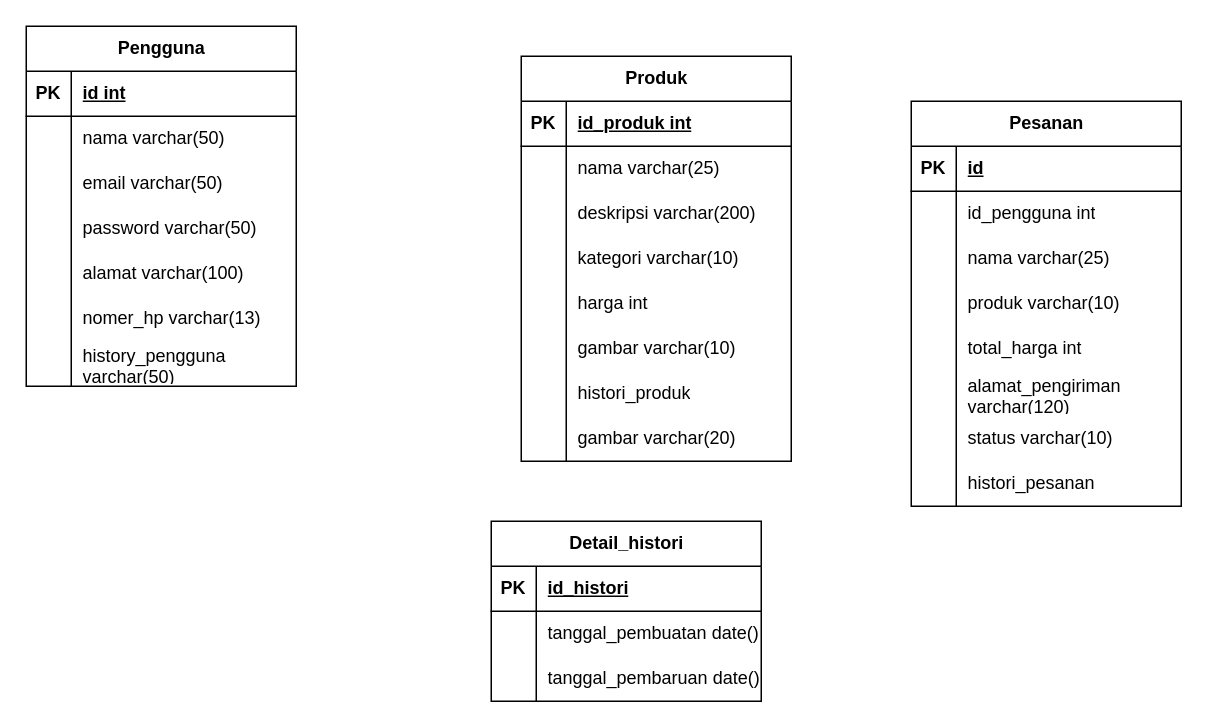
al-khoodhy/perancangan-db-toko-online keeps this draw.io diagram as Untitled Diagram.drawio. Above is the earlier version. Source tidied: cells renumbered, new cells numbered last; positions are measured from the earlier drawing's top-left corner, leaving out a move shared by most shapes. Both pictures are drawn from the tidied source at 150%, with x=0, y=0 at pixel (26, 26).
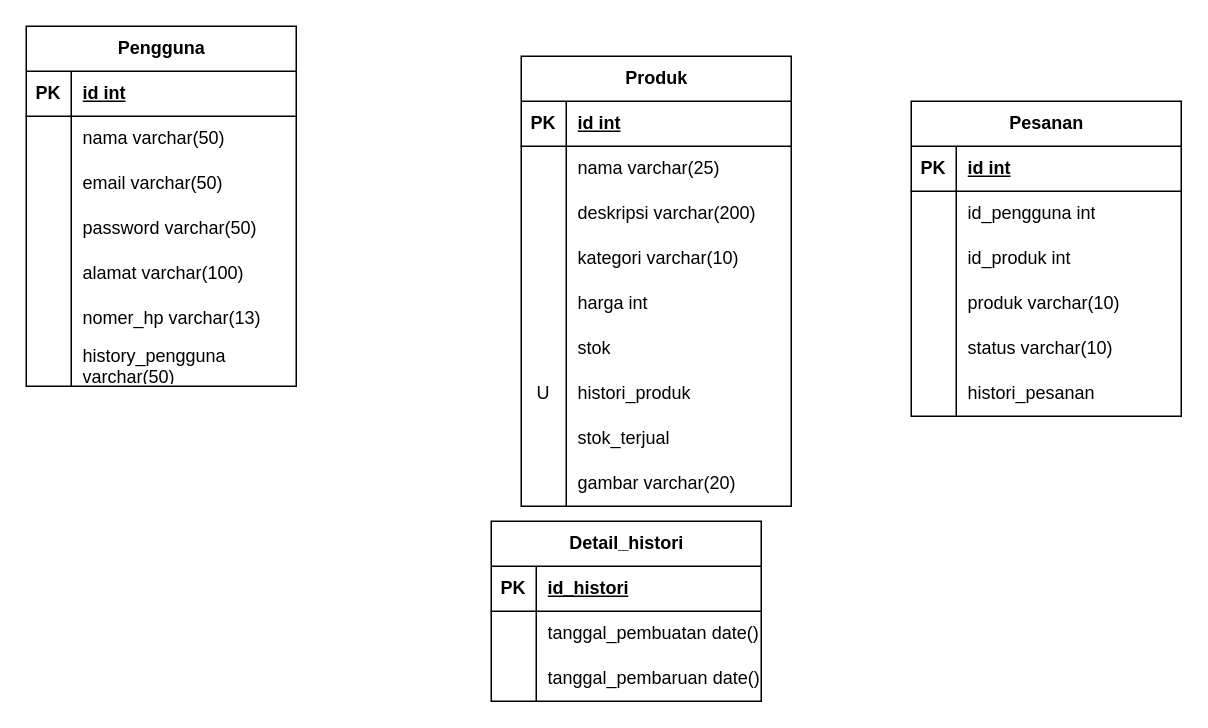
After the change.

The change refers to these unchanged cells:
```xml
<mxCell id="3" style="shape=tableRow;horizontal=0;startSize=0;swimlaneHead=0;swimlaneBody=0;fillColor=none;top=0;left=0;right=0;bottom=1;" parent="2" vertex="1">
  <mxGeometry y="30" width="180" height="30" as="geometry" />
</mxCell>
<mxCell id="18" style="shape=tableRow;horizontal=0;startSize=0;swimlaneHead=0;swimlaneBody=0;fillColor=none;top=0;left=0;right=0;bottom=0;" parent="2" vertex="1">
  <mxGeometry y="180" width="180" height="30" as="geometry" />
</mxCell>
<mxCell id="21" style="shape=tableRow;horizontal=0;startSize=0;swimlaneHead=0;swimlaneBody=0;fillColor=none;top=0;left=0;right=0;bottom=0;" parent="2" vertex="1">
  <mxGeometry y="210" width="180" height="30" as="geometry" />
</mxCell>
<mxCell id="24" style="shape=tableRow;horizontal=0;startSize=0;swimlaneHead=0;swimlaneBody=0;fillColor=none;top=0;left=0;right=0;bottom=0;" parent="2" vertex="1">
  <mxGeometry y="240" width="180" height="30" as="geometry" />
</mxCell>
<mxCell id="50" style="shape=tableRow;horizontal=0;startSize=0;swimlaneHead=0;swimlaneBody=0;fillColor=none;top=0;left=0;right=0;bottom=1;" parent="49" vertex="1">
  <mxGeometry y="30" width="180" height="30" as="geometry" />
</mxCell>
<mxCell id="56" style="shape=tableRow;horizontal=0;startSize=0;swimlaneHead=0;swimlaneBody=0;fillColor=none;top=0;left=0;right=0;bottom=0;" parent="49" vertex="1">
  <mxGeometry y="90" width="180" height="30" as="geometry" />
</mxCell>
```

What changed in the source:
```diff
@@
     <mxCell id="2" value="Produk" style="shape=table;startSize=30;childLayout=tableLayout;rowLines=0;fontStyle=1;align=center;html=1;" parent="1" vertex="1">
-      <mxGeometry x="330" y="20" width="180" height="270" as="geometry" />
+      <mxGeometry x="330" y="20" width="180" height="300" as="geometry" />
     </mxCell>
@@
-    <mxCell id="5" value="id_produk int" style="shape=partialRectangle;fillColor=none;top=0;left=0;bottom=0;right=0;align=left;spacingLeft=6;fontStyle=5;overflow=hidden;whiteSpace=wrap;html=1;" parent="3" vertex="1">
+    <mxCell id="5" value="id int" style="shape=partialRectangle;fillColor=none;top=0;left=0;bottom=0;right=0;align=left;spacingLeft=6;fontStyle=5;overflow=hidden;whiteSpace=wrap;html=1;" parent="3" vertex="1">
       <mxGeometry x="30" width="150" height="30" as="geometry" />
     </mxCell>
@@
-    <mxCell id="20" value="gambar varchar(10)" style="shape=partialRectangle;fillColor=none;top=0;left=0;bottom=0;right=0;align=left;spacingLeft=6;overflow=hidden;whiteSpace=wrap;html=1;" parent="18" vertex="1">
+    <mxCell id="20" value="stok" style="shape=partialRectangle;fillColor=none;top=0;left=0;bottom=0;right=0;align=left;spacingLeft=6;overflow=hidden;whiteSpace=wrap;html=1;" parent="18" vertex="1">
       <mxGeometry x="30" width="150" height="30" as="geometry" />
     </mxCell>
@@
-    <mxCell id="22" style="shape=partialRectangle;fillColor=none;top=0;left=0;bottom=0;right=0;overflow=hidden;whiteSpace=wrap;html=1;" parent="21" vertex="1">
+    <mxCell id="22" value="U" style="shape=partialRectangle;fillColor=none;top=0;left=0;bottom=0;right=0;overflow=hidden;whiteSpace=wrap;html=1;" parent="21" vertex="1">
       <mxGeometry width="30" height="30" as="geometry" />
     </mxCell>
@@
-    <mxCell id="26" value="gambar varchar(20)" style="shape=partialRectangle;fillColor=none;top=0;left=0;bottom=0;right=0;align=left;spacingLeft=6;overflow=hidden;whiteSpace=wrap;html=1;" parent="24" vertex="1">
+    <mxCell id="26" value="stok_terjual" style="shape=partialRectangle;fillColor=none;top=0;left=0;bottom=0;right=0;align=left;spacingLeft=6;overflow=hidden;whiteSpace=wrap;html=1;" parent="24" vertex="1">
       <mxGeometry x="30" width="150" height="30" as="geometry" />
     </mxCell>
+    <mxCell id="84" style="shape=tableRow;horizontal=0;startSize=0;swimlaneHead=0;swimlaneBody=0;fillColor=none;top=0;left=0;right=0;bottom=0;" parent="2" vertex="1">
+      <mxGeometry y="270" width="180" height="30" as="geometry" />
+    </mxCell>
+    <mxCell id="85" style="shape=partialRectangle;fillColor=none;top=0;left=0;bottom=0;right=0;overflow=hidden;whiteSpace=wrap;html=1;" parent="84" vertex="1">
+      <mxGeometry width="30" height="30" as="geometry" />
+    </mxCell>
+    <mxCell id="86" value="gambar varchar(20)" style="shape=partialRectangle;fillColor=none;top=0;left=0;bottom=0;right=0;align=left;spacingLeft=6;overflow=hidden;whiteSpace=wrap;html=1;" parent="84" vertex="1">
+      <mxGeometry x="30" width="150" height="30" as="geometry" />
+    </mxCell>
@@
     <mxCell id="49" value="Pesanan" style="shape=table;startSize=30;childLayout=tableLayout;rowLines=0;fontStyle=1;align=center;html=1;" parent="1" vertex="1">
-      <mxGeometry x="590" y="50" width="180" height="270" as="geometry" />
+      <mxGeometry x="590" y="50" width="180" height="210" as="geometry" />
     </mxCell>
@@
-    <mxCell id="52" value="id" style="shape=partialRectangle;fillColor=none;top=0;left=0;bottom=0;right=0;align=left;spacingLeft=6;fontStyle=5;overflow=hidden;whiteSpace=wrap;html=1;" parent="50" vertex="1">
+    <mxCell id="52" value="id int" style="shape=partialRectangle;fillColor=none;top=0;left=0;bottom=0;right=0;align=left;spacingLeft=6;fontStyle=5;overflow=hidden;whiteSpace=wrap;html=1;" parent="50" vertex="1">
       <mxGeometry x="30" width="150" height="30" as="geometry" />
     </mxCell>
@@
-    <mxCell id="58" value="nama varchar(25)" style="shape=partialRectangle;fillColor=none;top=0;left=0;bottom=0;right=0;align=left;spacingLeft=6;overflow=hidden;whiteSpace=wrap;html=1;" parent="56" vertex="1">
+    <mxCell id="58" value="id_produk int" style="shape=partialRectangle;fillColor=none;top=0;left=0;bottom=0;right=0;align=left;spacingLeft=6;overflow=hidden;whiteSpace=wrap;html=1;" parent="56" vertex="1">
       <mxGeometry x="30" width="150" height="30" as="geometry" />
     </mxCell>
@@
-    <mxCell id="62" style="shape=tableRow;horizontal=0;startSize=0;swimlaneHead=0;swimlaneBody=0;fillColor=none;top=0;left=0;right=0;bottom=0;" parent="49" vertex="1">
-      <mxGeometry y="150" width="180" height="30" as="geometry" />
-    </mxCell>
-    <mxCell id="63" style="shape=partialRectangle;fillColor=none;top=0;left=0;bottom=0;right=0;overflow=hidden;whiteSpace=wrap;html=1;" parent="62" vertex="1">
-      <mxGeometry width="30" height="30" as="geometry" />
-    </mxCell>
-    <mxCell id="64" value="total_harga int" style="shape=partialRectangle;fillColor=none;top=0;left=0;bottom=0;right=0;align=left;spacingLeft=6;overflow=hidden;whiteSpace=wrap;html=1;" parent="62" vertex="1">
-      <mxGeometry x="30" width="150" height="30" as="geometry" />
-    </mxCell>
-    <mxCell id="65" style="shape=tableRow;horizontal=0;startSize=0;swimlaneHead=0;swimlaneBody=0;fillColor=none;top=0;left=0;right=0;bottom=0;" parent="49" vertex="1">
-      <mxGeometry y="180" width="180" height="30" as="geometry" />
-    </mxCell>
-    <mxCell id="66" style="shape=partialRectangle;fillColor=none;top=0;left=0;bottom=0;right=0;overflow=hidden;whiteSpace=wrap;html=1;" parent="65" vertex="1">
-      <mxGeometry width="30" height="30" as="geometry" />
-    </mxCell>
-    <mxCell id="67" value="alamat_pengiriman varchar(120)" style="shape=partialRectangle;fillColor=none;top=0;left=0;bottom=0;right=0;align=left;spacingLeft=6;overflow=hidden;whiteSpace=wrap;html=1;" parent="65" vertex="1">
-      <mxGeometry x="30" width="150" height="30" as="geometry" />
-    </mxCell>
     <mxCell id="68" style="shape=tableRow;horizontal=0;startSize=0;swimlaneHead=0;swimlaneBody=0;fillColor=none;top=0;left=0;right=0;bottom=0;" parent="49" vertex="1">
-      <mxGeometry y="210" width="180" height="30" as="geometry" />
+      <mxGeometry y="150" width="180" height="30" as="geometry" />
     </mxCell>
@@
     <mxCell id="71" style="shape=tableRow;horizontal=0;startSize=0;swimlaneHead=0;swimlaneBody=0;fillColor=none;top=0;left=0;right=0;bottom=0;" parent="49" vertex="1">
-      <mxGeometry y="240" width="180" height="30" as="geometry" />
+      <mxGeometry y="180" width="180" height="30" as="geometry" />
     </mxCell>
```
